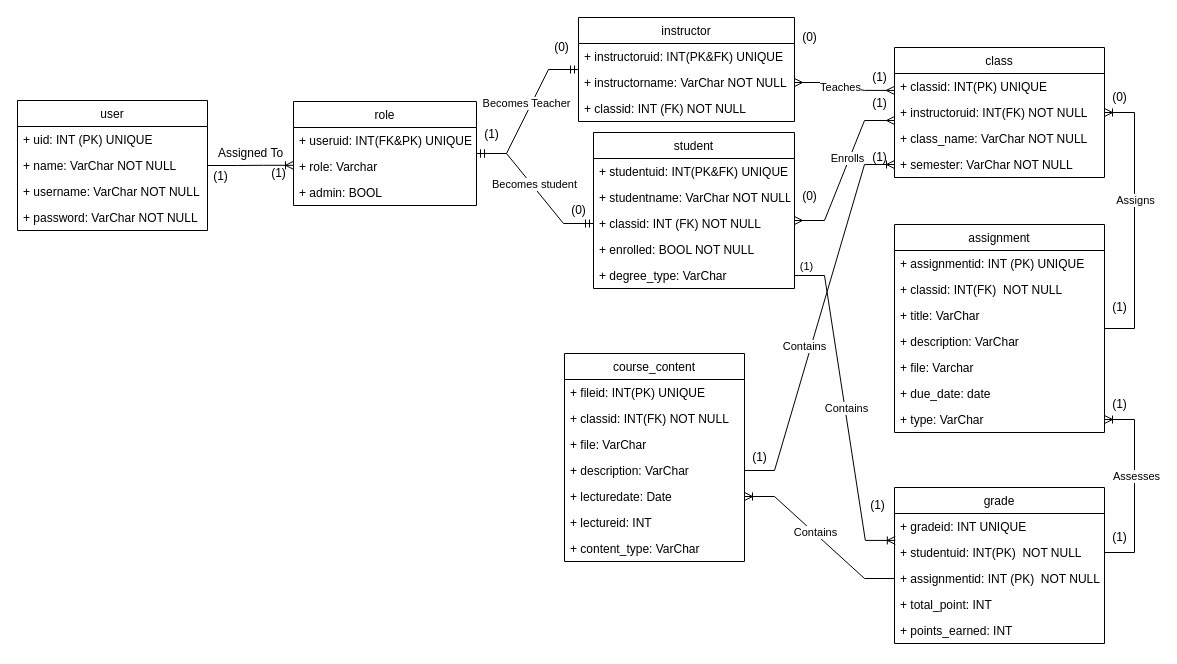
Earlier version of the draw.io diagram logicalDiagram.drawio (CS480UIC/cs480-final-project-class_information). Source tidied: cells renumbered, new cells numbered last; positions are measured from the earlier drawing's top-left corner, leaving out a move shared by most shapes. Both pictures are drawn from the tidied source at 100%, with x=0, y=0 at pixel (17, 17).
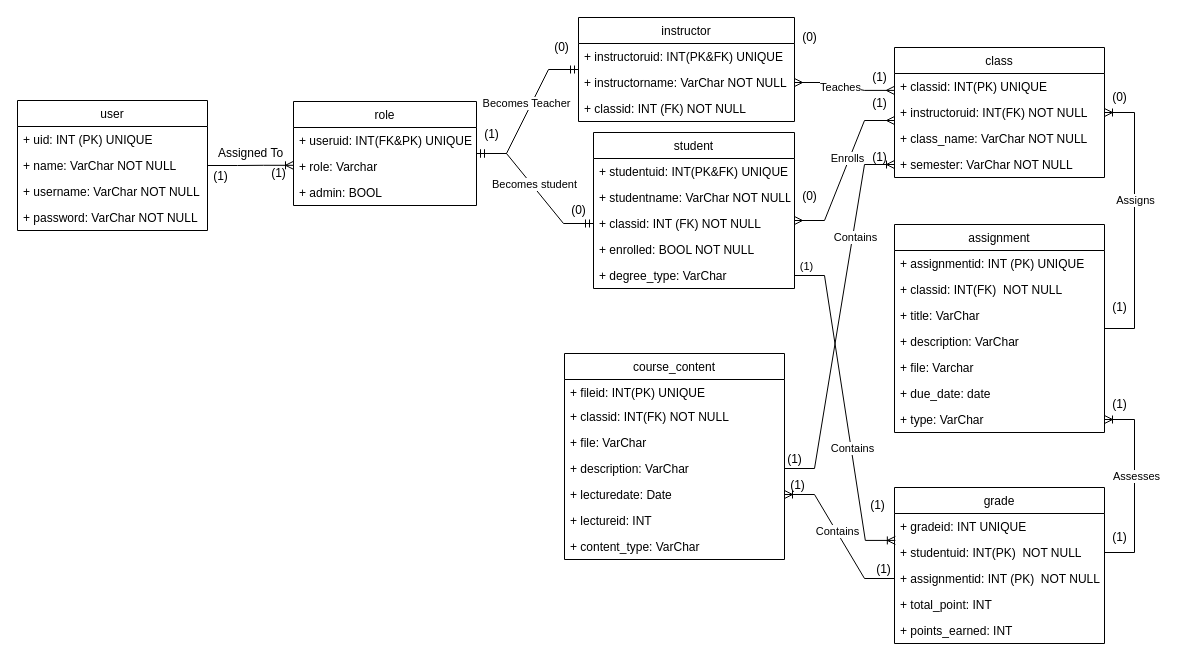
The same page after the edit.

The change refers to these unchanged cells:
```xml
<mxCell id="70" style="edgeStyle=entityRelationEdgeStyle;fontSize=12;html=1;endArrow=ERoneToMany;rounded=0;exitX=1;exitY=0.5;exitDx=0;exitDy=0;entryX=0.004;entryY=0.035;entryDx=0;entryDy=0;entryPerimeter=0;" parent="1" edge="1" source="16" target="36">
  <mxGeometry relative="1" as="geometry" />
</mxCell>
<mxCell id="75" style="edgeStyle=entityRelationEdgeStyle;fontSize=12;html=1;endArrow=ERoneToMany;rounded=0;exitX=1;exitY=0.5;exitDx=0;exitDy=0;entryX=0;entryY=0.5;entryDx=0;entryDy=0;" parent="1" edge="1" source="44" target="21">
  <mxGeometry relative="1" as="geometry" />
</mxCell>
```

What changed in the source:
```diff
@@
     <mxCell id="40" value="course_content" style="swimlane;fontStyle=0;horizontal=1;startSize=26;fillColor=none;" parent="1" vertex="1">
-      <mxGeometry x="547" y="336" width="180" height="208" as="geometry" />
+      <mxGeometry x="547" y="336" width="220" height="206" as="geometry" />
     </mxCell>
     <mxCell id="41" value="+ fileid: INT(PK) UNIQUE" style="text;strokeColor=none;fillColor=none;align=left;verticalAlign=top;spacingLeft=4;spacingRight=4;overflow=hidden;" parent="40" vertex="1">
-      <mxGeometry y="26" width="180" height="26" as="geometry" />
+      <mxGeometry y="26" width="220" height="24" as="geometry" />
     </mxCell>
     <mxCell id="42" value="+ classid: INT(FK) NOT NULL" style="text;strokeColor=none;fillColor=none;align=left;verticalAlign=top;spacingLeft=4;spacingRight=4;overflow=hidden;" parent="40" vertex="1">
-      <mxGeometry y="52" width="180" height="26" as="geometry" />
+      <mxGeometry y="50" width="220" height="26" as="geometry" />
     </mxCell>
     <mxCell id="43" value="+ file: VarChar" style="text;strokeColor=none;fillColor=none;align=left;verticalAlign=top;spacingLeft=4;spacingRight=4;overflow=hidden;" parent="40" vertex="1">
-      <mxGeometry y="78" width="180" height="26" as="geometry" />
+      <mxGeometry y="76" width="220" height="26" as="geometry" />
     </mxCell>
     <mxCell id="44" value="+ description: VarChar" style="text;strokeColor=none;fillColor=none;align=left;verticalAlign=top;spacingLeft=4;spacingRight=4;overflow=hidden;points=[[0,0.5],[1,0.5]];portConstraint=eastwest;" parent="40" vertex="1">
-      <mxGeometry y="104" width="180" height="26" as="geometry" />
+      <mxGeometry y="102" width="220" height="26" as="geometry" />
     </mxCell>
     <mxCell id="45" value="+ lecturedate: Date" style="text;strokeColor=none;fillColor=none;align=left;verticalAlign=top;spacingLeft=4;spacingRight=4;overflow=hidden;points=[[0,0.5],[1,0.5]];portConstraint=eastwest;" parent="40" vertex="1">
-      <mxGeometry y="130" width="180" height="26" as="geometry" />
+      <mxGeometry y="128" width="220" height="26" as="geometry" />
     </mxCell>
     <mxCell id="46" value="+ lectureid: INT" style="text;strokeColor=none;fillColor=none;align=left;verticalAlign=top;spacingLeft=4;spacingRight=4;overflow=hidden;" parent="40" vertex="1">
-      <mxGeometry y="156" width="180" height="26" as="geometry" />
+      <mxGeometry y="154" width="220" height="26" as="geometry" />
     </mxCell>
     <mxCell id="47" value="+ content_type: VarChar" style="text;strokeColor=none;fillColor=none;align=left;verticalAlign=top;spacingLeft=4;spacingRight=4;overflow=hidden;" parent="40" vertex="1">
-      <mxGeometry y="182" width="180" height="26" as="geometry" />
+      <mxGeometry y="180" width="220" height="26" as="geometry" />
     </mxCell>
@@
     <mxCell id="64" value="(1)" style="text;html=1;align=center;verticalAlign=middle;strokeColor=none;fillColor=none;" parent="1" vertex="1">
-      <mxGeometry x="727" y="430" width="30" height="20" as="geometry" />
+      <mxGeometry x="762" y="432" width="30" height="20" as="geometry" />
     </mxCell>
@@
     <mxCell id="71" value="Contains" style="edgeLabel;html=1;align=center;verticalAlign=middle;" parent="70" vertex="1">
-      <mxGeometry y="1" relative="1" as="geometry" />
+      <mxGeometry y="1" relative="1" as="geometry">
+        <mxPoint x="6" y="40" as="offset" />
+      </mxGeometry>
     </mxCell>
@@
     <mxCell id="76" value="Contains" style="edgeLabel;html=1;align=center;verticalAlign=middle;" parent="75" vertex="1">
       <mxGeometry x="0.07" y="1" relative="1" as="geometry">
-        <mxPoint x="-18" y="42" as="offset" />
+        <mxPoint x="14" y="-67" as="offset" />
       </mxGeometry>
     </mxCell>
@@
+    <mxCell id="85" value="(1)" style="text;html=1;align=center;verticalAlign=middle;strokeColor=none;fillColor=none;" parent="1" vertex="1">
+      <mxGeometry x="765" y="458" width="30" height="20" as="geometry" />
+    </mxCell>
+    <mxCell id="86" value="(1)" style="text;html=1;align=center;verticalAlign=middle;strokeColor=none;fillColor=none;" parent="1" vertex="1">
+      <mxGeometry x="851" y="542" width="30" height="20" as="geometry" />
+    </mxCell>
```
